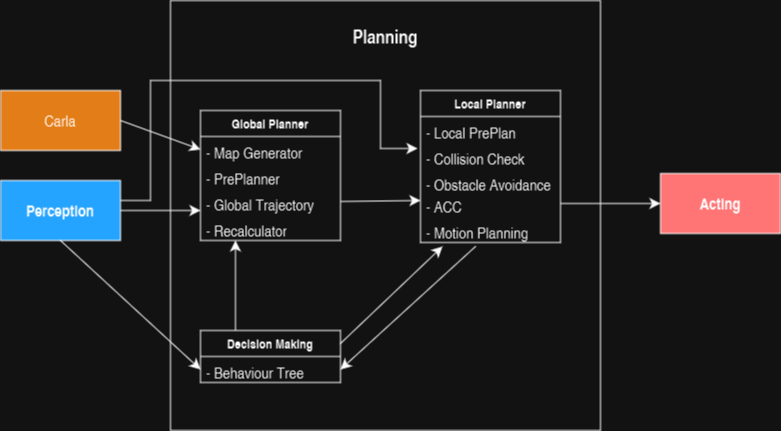
Earlier version of the draw.io export doc/03_research/03_planning/00_paf23/overview.png (una-auxme/paf). Source tidied: cells renumbered, new cells last; positions are measured from the earlier drawing's top-left corner, leaving out a move shared by most shapes. Source of this version:
```xml
<mxGraphModel>
  <root>
    <mxCell id="0" />
    <mxCell id="1" parent="0" />
    <mxCell id="2" value="&lt;h3&gt;Planning&lt;/h3&gt;" style="rounded=0;whiteSpace=wrap;html=1;fontSize=16;align=center;verticalAlign=top;labelBackgroundColor=none;fillColor=none;" parent="1" vertex="1">
      <mxGeometry x="170" width="430" height="430" as="geometry" />
    </mxCell>
    <mxCell id="3" value="&lt;h5&gt;Global Planner&lt;/h5&gt;" style="swimlane;fontStyle=0;horizontal=1;startSize=26;fillColor=none;whiteSpace=wrap;html=1;fontSize=16;" parent="1" vertex="1">
      <mxGeometry x="200" y="110" width="140" height="130" as="geometry" />
    </mxCell>
    <mxCell id="4" value="- Map Generator" style="text;strokeColor=none;fillColor=none;align=left;verticalAlign=top;spacingLeft=4;spacingRight=4;overflow=hidden;points=[[0,0.5],[1,0.5]];portConstraint=eastwest;whiteSpace=wrap;html=1;fontSize=16;" parent="3" vertex="1">
      <mxGeometry y="26" width="140" height="26" as="geometry" />
    </mxCell>
    <mxCell id="5" value="- PrePlanner" style="text;strokeColor=none;fillColor=none;align=left;verticalAlign=top;spacingLeft=4;spacingRight=4;overflow=hidden;whiteSpace=wrap;html=1;fontSize=16;" parent="3" vertex="1">
      <mxGeometry y="52" width="140" height="26" as="geometry" />
    </mxCell>
    <mxCell id="6" value="- Global Trajectory" style="text;strokeColor=none;fillColor=none;align=left;verticalAlign=top;spacingLeft=4;spacingRight=4;overflow=hidden;points=[[0,0.5],[1,0.5]];portConstraint=eastwest;whiteSpace=wrap;html=1;fontSize=16;" parent="3" vertex="1">
      <mxGeometry y="78" width="140" height="26" as="geometry" />
    </mxCell>
    <mxCell id="7" value="- Recalculator" style="text;strokeColor=none;fillColor=none;align=left;verticalAlign=top;spacingLeft=4;spacingRight=4;overflow=hidden;whiteSpace=wrap;html=1;fontSize=16;" parent="3" vertex="1">
      <mxGeometry y="104" width="140" height="26" as="geometry" />
    </mxCell>
    <mxCell id="8" value="&lt;h5&gt;Decision Making&lt;/h5&gt;" style="swimlane;fontStyle=0;horizontal=1;startSize=26;fillColor=none;whiteSpace=wrap;html=1;fontSize=16;" parent="1" vertex="1">
      <mxGeometry x="200" y="330" width="140" height="52" as="geometry" />
    </mxCell>
    <mxCell id="9" value="- Behaviour Tree" style="text;strokeColor=none;fillColor=none;align=left;verticalAlign=top;spacingLeft=4;spacingRight=4;overflow=hidden;points=[[0,0.5],[1,0.5]];portConstraint=eastwest;whiteSpace=wrap;html=1;fontSize=16;" parent="8" vertex="1">
      <mxGeometry y="26" width="140" height="26" as="geometry" />
    </mxCell>
    <mxCell id="10" value="&lt;h5&gt;Local Planner&lt;/h5&gt;" style="swimlane;fontStyle=0;horizontal=1;startSize=26;fillColor=none;whiteSpace=wrap;html=1;fontSize=16;" parent="1" vertex="1">
      <mxGeometry x="420" y="90" width="140" height="152" as="geometry" />
    </mxCell>
    <mxCell id="11" value="- Local PrePlan" style="text;strokeColor=none;fillColor=none;align=left;verticalAlign=top;spacingLeft=4;spacingRight=4;overflow=hidden;whiteSpace=wrap;html=1;fontSize=16;" parent="10" vertex="1">
      <mxGeometry y="26" width="140" height="26" as="geometry" />
    </mxCell>
    <mxCell id="12" value="- Collision Check" style="text;strokeColor=none;fillColor=none;align=left;verticalAlign=top;spacingLeft=4;spacingRight=4;overflow=hidden;points=[[0,0.5],[1,0.5]];portConstraint=eastwest;whiteSpace=wrap;html=1;fontSize=16;" parent="10" vertex="1">
      <mxGeometry y="52" width="140" height="26" as="geometry" />
    </mxCell>
    <mxCell id="13" value="- Obstacle Avoidance" style="text;strokeColor=none;fillColor=none;align=left;verticalAlign=top;spacingLeft=4;spacingRight=4;overflow=hidden;whiteSpace=wrap;html=1;fontSize=16;" parent="10" vertex="1">
      <mxGeometry y="78" width="140" height="22" as="geometry" />
    </mxCell>
    <mxCell id="14" value="- ACC" style="text;strokeColor=none;fillColor=none;align=left;verticalAlign=top;spacingLeft=4;spacingRight=4;overflow=hidden;points=[[0,0.5],[1,0.5]];portConstraint=eastwest;whiteSpace=wrap;html=1;fontSize=16;" parent="10" vertex="1">
      <mxGeometry y="100" width="140" height="26" as="geometry" />
    </mxCell>
    <mxCell id="15" value="- Motion Planning" style="text;strokeColor=none;fillColor=none;align=left;verticalAlign=top;spacingLeft=4;spacingRight=4;overflow=hidden;points=[[0,0.5],[1,0.5]];portConstraint=eastwest;whiteSpace=wrap;html=1;fontSize=16;" parent="10" vertex="1">
      <mxGeometry y="126" width="140" height="26" as="geometry" />
    </mxCell>
    <mxCell id="16" style="endArrow=classic;html=1;rounded=0;fontSize=12;startSize=8;endSize=8;curved=1;entryX=0.157;entryY=1.154;entryDx=0;entryDy=0;exitX=1;exitY=0.25;exitDx=0;exitDy=0;entryPerimeter=0;" parent="1" edge="1" source="8" target="15">
      <mxGeometry relative="1" as="geometry" />
    </mxCell>
    <mxCell id="17" style="endArrow=classic;html=1;rounded=0;fontSize=12;startSize=8;endSize=8;curved=1;exitX=0.25;exitY=0;exitDx=0;exitDy=0;entryX=0.25;entryY=1;entryDx=0;entryDy=0;" parent="1" edge="1" source="8" target="3">
      <mxGeometry relative="1" as="geometry" />
    </mxCell>
    <mxCell id="18" value="&lt;h4&gt;Perception&lt;/h4&gt;" style="rounded=0;whiteSpace=wrap;html=1;fontSize=16;fillColor=#007FFF;" parent="1" vertex="1">
      <mxGeometry y="180" width="120" height="60" as="geometry" />
    </mxCell>
    <mxCell id="19" style="endArrow=classic;html=1;rounded=0;fontSize=12;startSize=8;endSize=8;curved=1;exitX=0.393;exitY=1.154;exitDx=0;exitDy=0;exitPerimeter=0;entryX=1;entryY=0.5;entryDx=0;entryDy=0;" parent="1" edge="1" source="15" target="9">
      <mxGeometry relative="1" as="geometry" />
    </mxCell>
    <mxCell id="20" value="&lt;h4&gt;Acting&lt;/h4&gt;" style="rounded=0;whiteSpace=wrap;html=1;fontSize=16;fillColor=#FF3333;" parent="1" vertex="1">
      <mxGeometry x="660" y="173" width="120" height="60" as="geometry" />
    </mxCell>
    <mxCell id="21" style="endArrow=classic;html=1;rounded=0;fontSize=12;startSize=8;endSize=8;curved=1;entryX=0;entryY=0.5;entryDx=0;entryDy=0;exitX=1;exitY=0.5;exitDx=0;exitDy=0;" parent="1" edge="1" source="14" target="20">
      <mxGeometry relative="1" as="geometry" />
    </mxCell>
    <mxCell id="22" style="endArrow=classic;html=1;rounded=0;fontSize=12;startSize=8;endSize=8;curved=1;exitX=0.5;exitY=1;exitDx=0;exitDy=0;entryX=0;entryY=0.5;entryDx=0;entryDy=0;" parent="1" edge="1" source="18" target="9">
      <mxGeometry relative="1" as="geometry" />
    </mxCell>
    <mxCell id="23" style="endArrow=classic;html=1;rounded=0;fontSize=12;startSize=8;endSize=8;curved=1;exitX=1;exitY=0.5;exitDx=0;exitDy=0;" parent="1" edge="1" source="18">
      <mxGeometry relative="1" as="geometry">
        <mxPoint x="200" y="210" as="targetPoint" />
      </mxGeometry>
    </mxCell>
    <mxCell id="24" style="edgeStyle=segmentEdgeStyle;endArrow=classic;html=1;curved=0;rounded=0;endSize=8;startSize=8;fontSize=12;entryX=-0.021;entryY=0.231;entryDx=0;entryDy=0;entryPerimeter=0;" parent="1" edge="1" target="12">
      <mxGeometry relative="1" as="geometry">
        <mxPoint x="120" y="200" as="sourcePoint" />
        <Array as="points">
          <mxPoint x="150" y="200" />
          <mxPoint x="150" y="80" />
          <mxPoint x="380" y="80" />
          <mxPoint x="380" y="148" />
        </Array>
      </mxGeometry>
    </mxCell>
    <mxCell id="25" style="endArrow=classic;html=1;rounded=0;fontSize=12;startSize=8;endSize=8;curved=1;exitX=1;exitY=0.5;exitDx=0;exitDy=0;" parent="1" edge="1" source="6">
      <mxGeometry relative="1" as="geometry">
        <mxPoint x="420" y="200" as="targetPoint" />
      </mxGeometry>
    </mxCell>
    <mxCell id="26" value="Carla" style="rounded=0;whiteSpace=wrap;html=1;fontSize=16;fillColor=#CC6600;" parent="1" vertex="1">
      <mxGeometry y="90" width="120" height="60" as="geometry" />
    </mxCell>
    <mxCell id="27" style="endArrow=classic;html=1;rounded=0;fontSize=12;startSize=8;endSize=8;curved=1;entryX=0;entryY=0.5;entryDx=0;entryDy=0;exitX=1;exitY=0.5;exitDx=0;exitDy=0;" parent="1" edge="1" source="26" target="4">
      <mxGeometry relative="1" as="geometry" />
    </mxCell>
  </root>
</mxGraphModel>
```
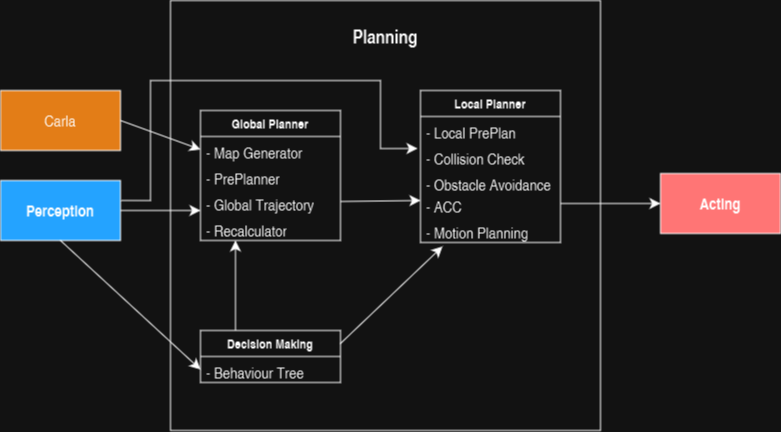
The same file after the commit.

Change to the diagram source:
```diff
@@ -53,9 +53,6 @@
     <mxCell id="18" value="&lt;h4&gt;Perception&lt;/h4&gt;" style="rounded=0;whiteSpace=wrap;html=1;fontSize=16;fillColor=#007FFF;" parent="1" vertex="1">
       <mxGeometry y="180" width="120" height="60" as="geometry" />
     </mxCell>
-    <mxCell id="19" style="endArrow=classic;html=1;rounded=0;fontSize=12;startSize=8;endSize=8;curved=1;exitX=0.393;exitY=1.154;exitDx=0;exitDy=0;exitPerimeter=0;entryX=1;entryY=0.5;entryDx=0;entryDy=0;" parent="1" edge="1" source="15" target="9">
-      <mxGeometry relative="1" as="geometry" />
-    </mxCell>
     <mxCell id="20" value="&lt;h4&gt;Acting&lt;/h4&gt;" style="rounded=0;whiteSpace=wrap;html=1;fontSize=16;fillColor=#FF3333;" parent="1" vertex="1">
       <mxGeometry x="660" y="173" width="120" height="60" as="geometry" />
     </mxCell>
```
